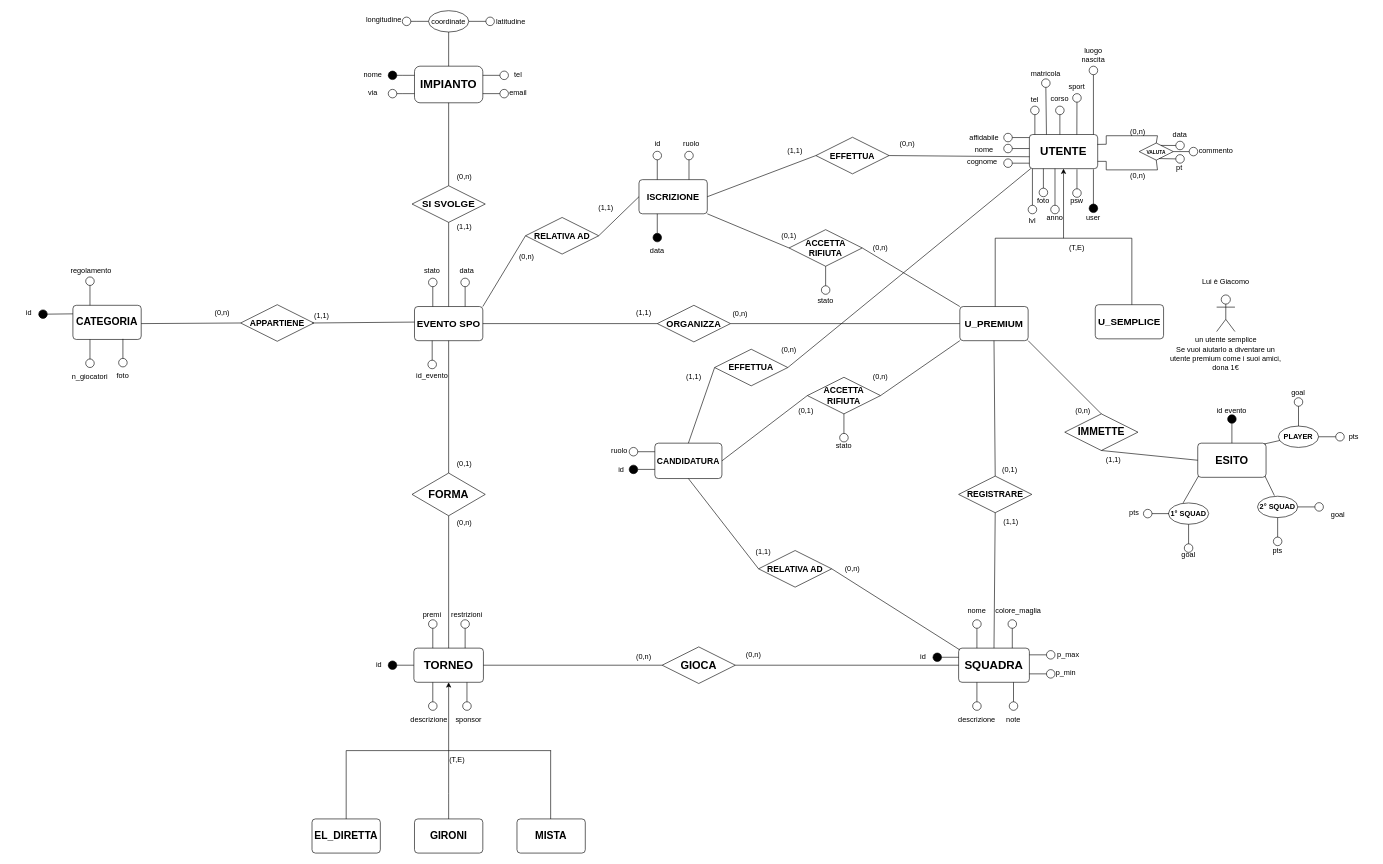
Above: Project-EER.drawio in KintsuKayaba/UniGeSocialSport (draw.io), before the change. Source tidied: cells renumbered, new cells numbered last; positions are measured from the earlier drawing's top-left corner, leaving out a move shared by most shapes. Both pictures are drawn from the tidied source at 61%, with x=0, y=0 at pixel (10, 10).
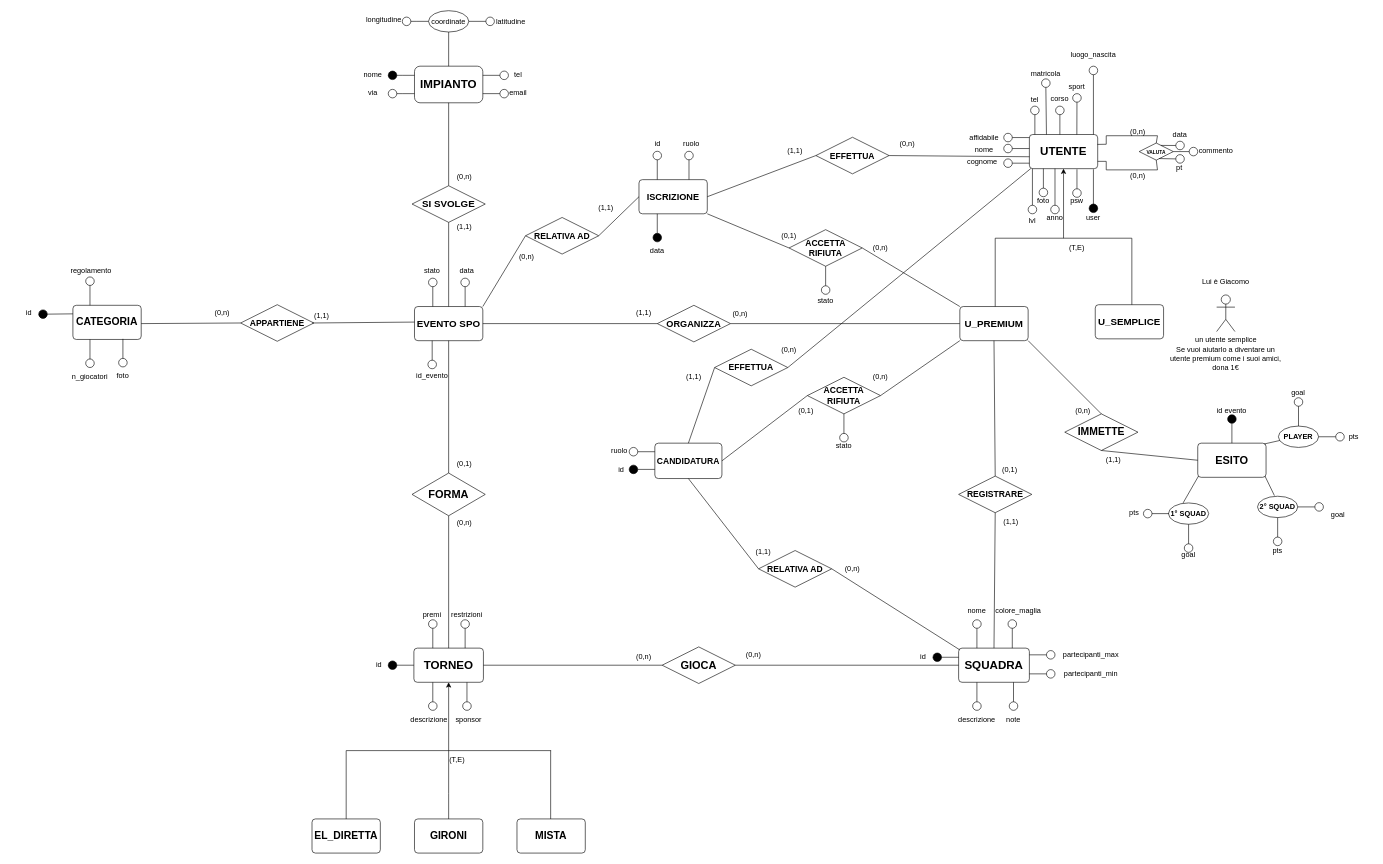
After the change.

What changed in the source:
```diff
@@
-    <mxCell id="8" value="luogo&lt;div&gt;nascita&lt;/div&gt;" style="text;html=1;align=center;verticalAlign=middle;whiteSpace=wrap;rounded=0;" parent="1" vertex="1">
+    <mxCell id="8" value="luogo_&lt;span style=&quot;background-color: initial;&quot;&gt;nascita&lt;/span&gt;" style="text;html=1;align=center;verticalAlign=middle;whiteSpace=wrap;rounded=0;" parent="1" vertex="1">
       <mxGeometry x="1745" y="58" width="60" height="30" as="geometry" />
     </mxCell>
@@
-    <mxCell id="68" value="p_max" style="text;html=1;align=center;verticalAlign=middle;whiteSpace=wrap;rounded=0;" parent="1" vertex="1">
-      <mxGeometry x="1704" y="1041" width="60" height="30" as="geometry" />
+    <mxCell id="68" value="partecipanti_max" style="text;html=1;align=center;verticalAlign=middle;whiteSpace=wrap;rounded=0;" parent="1" vertex="1">
+      <mxGeometry x="1741" y="1041" width="60" height="30" as="geometry" />
     </mxCell>
-    <mxCell id="69" value="p_min" style="text;html=1;align=center;verticalAlign=middle;whiteSpace=wrap;rounded=0;" parent="1" vertex="1">
-      <mxGeometry x="1700" y="1071" width="60" height="30" as="geometry" />
+    <mxCell id="69" value="partecipanti_min" style="text;html=1;align=center;verticalAlign=middle;whiteSpace=wrap;rounded=0;" parent="1" vertex="1">
+      <mxGeometry x="1741" y="1073" width="60" height="30" as="geometry" />
     </mxCell>
```
